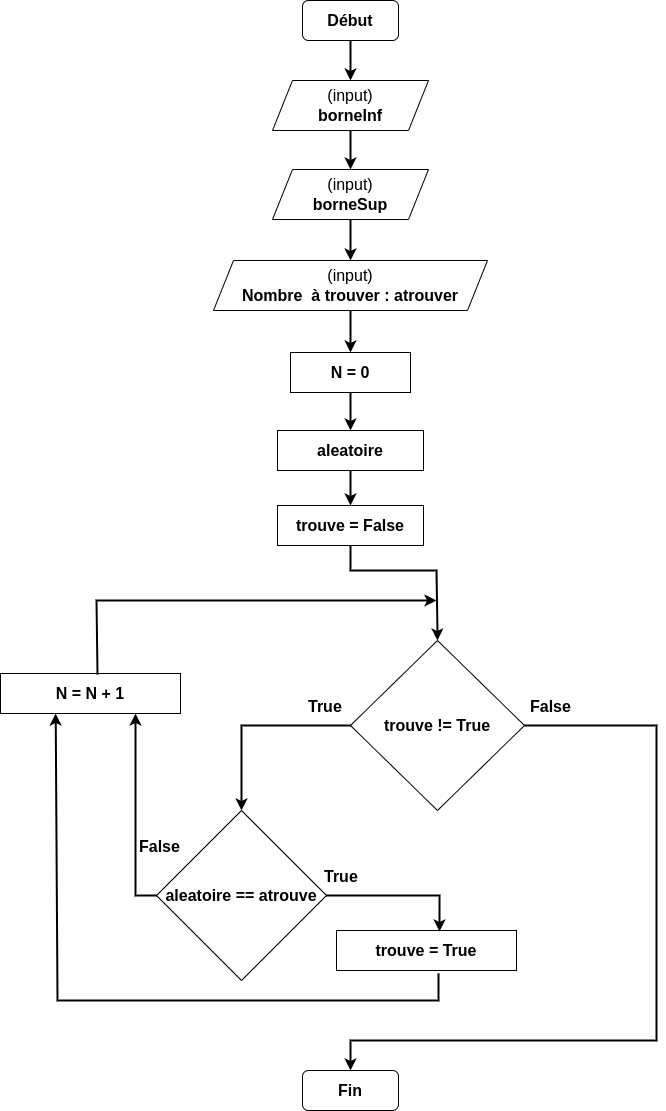
This is _images/RechercheAleatoireAvecRemise.png from vkeller/modulo-gybe, a draw.io export, as it was before one commit. Source tidied: cells renumbered, new cells last; positions are measured from the earlier drawing's top-left corner, leaving out a move shared by most shapes. The source it was exported from:
```xml
<mxGraphModel>
  <root>
    <mxCell id="0" />
    <mxCell id="1" parent="0" />
    <mxCell id="2" value="&lt;font style=&quot;font-size: 16px;&quot;&gt;&lt;b&gt;Début&lt;/b&gt;&lt;/font&gt;" style="rounded=1;whiteSpace=wrap;html=1;" parent="1" vertex="1">
      <mxGeometry x="302" width="96" height="40" as="geometry" />
    </mxCell>
    <mxCell id="3" value="(input)&lt;br&gt;&lt;b&gt;borneInf&lt;/b&gt;" style="shape=parallelogram;perimeter=parallelogramPerimeter;whiteSpace=wrap;html=1;fixedSize=1;fontSize=16;" parent="1" vertex="1">
      <mxGeometry x="272" y="80" width="156" height="50" as="geometry" />
    </mxCell>
    <mxCell id="4" value="(input)&lt;br&gt;&lt;b&gt;borneSup&lt;/b&gt;" style="shape=parallelogram;perimeter=parallelogramPerimeter;whiteSpace=wrap;html=1;fixedSize=1;fontSize=16;" parent="1" vertex="1">
      <mxGeometry x="272" y="169" width="156" height="50" as="geometry" />
    </mxCell>
    <mxCell id="5" value="(input)&lt;br&gt;&lt;b&gt;Nombre&amp;nbsp; à trouver : atrouver&lt;/b&gt;" style="shape=parallelogram;perimeter=parallelogramPerimeter;whiteSpace=wrap;html=1;fixedSize=1;fontSize=16;" parent="1" vertex="1">
      <mxGeometry x="213" y="260" width="274" height="50" as="geometry" />
    </mxCell>
    <mxCell id="6" value="&lt;b&gt;N = 0&lt;/b&gt;" style="rounded=0;whiteSpace=wrap;html=1;fontSize=16;" parent="1" vertex="1">
      <mxGeometry x="290" y="352" width="120" height="40" as="geometry" />
    </mxCell>
    <mxCell id="7" value="&lt;b&gt;aleatoire&lt;/b&gt;" style="rounded=0;whiteSpace=wrap;html=1;fontSize=16;" parent="1" vertex="1">
      <mxGeometry x="277" y="430" width="146" height="40" as="geometry" />
    </mxCell>
    <mxCell id="8" style="endArrow=classic;html=1;rounded=0;fontSize=16;exitX=0.5;exitY=1;exitDx=0;exitDy=0;entryX=0.5;entryY=0;entryDx=0;entryDy=0;strokeWidth=2;" parent="1" edge="1" source="2" target="3">
      <mxGeometry relative="1" as="geometry" />
    </mxCell>
    <mxCell id="9" style="endArrow=classic;html=1;rounded=0;strokeWidth=2;fontSize=16;exitX=0.5;exitY=1;exitDx=0;exitDy=0;entryX=0.5;entryY=0;entryDx=0;entryDy=0;" parent="1" edge="1" source="3" target="4">
      <mxGeometry relative="1" as="geometry" />
    </mxCell>
    <mxCell id="10" style="endArrow=classic;html=1;rounded=0;strokeWidth=2;fontSize=16;exitX=0.5;exitY=1;exitDx=0;exitDy=0;entryX=0.5;entryY=0;entryDx=0;entryDy=0;" parent="1" edge="1" source="4" target="5">
      <mxGeometry relative="1" as="geometry" />
    </mxCell>
    <mxCell id="11" style="endArrow=classic;html=1;rounded=0;strokeWidth=2;fontSize=16;exitX=0.5;exitY=1;exitDx=0;exitDy=0;entryX=0.5;entryY=0;entryDx=0;entryDy=0;" parent="1" edge="1" source="5" target="6">
      <mxGeometry relative="1" as="geometry" />
    </mxCell>
    <mxCell id="12" style="endArrow=classic;html=1;rounded=0;strokeWidth=2;fontSize=16;exitX=0.5;exitY=1;exitDx=0;exitDy=0;" parent="1" edge="1" source="6" target="7">
      <mxGeometry relative="1" as="geometry" />
    </mxCell>
    <mxCell id="13" value="&lt;b&gt;trouve = False&lt;/b&gt;" style="rounded=0;whiteSpace=wrap;html=1;fontSize=16;" parent="1" vertex="1">
      <mxGeometry x="277" y="505" width="146" height="40" as="geometry" />
    </mxCell>
    <mxCell id="14" style="endArrow=classic;html=1;rounded=0;strokeWidth=2;fontSize=16;exitX=0.5;exitY=1;exitDx=0;exitDy=0;entryX=0.5;entryY=0;entryDx=0;entryDy=0;" parent="1" edge="1" source="7" target="13">
      <mxGeometry relative="1" as="geometry" />
    </mxCell>
    <mxCell id="15" value="&lt;b&gt;trouve != True&lt;/b&gt;" style="rhombus;whiteSpace=wrap;html=1;fontSize=16;" parent="1" vertex="1">
      <mxGeometry x="350" y="640" width="174" height="170" as="geometry" />
    </mxCell>
    <mxCell id="16" value="&lt;b&gt;aleatoire == atrouve&lt;/b&gt;" style="rhombus;whiteSpace=wrap;html=1;fontSize=16;" parent="1" vertex="1">
      <mxGeometry x="156" y="810" width="170" height="170" as="geometry" />
    </mxCell>
    <mxCell id="17" value="&lt;b&gt;N = N + 1&lt;/b&gt;" style="rounded=0;whiteSpace=wrap;html=1;fontSize=16;" parent="1" vertex="1">
      <mxGeometry y="673" width="180" height="40" as="geometry" />
    </mxCell>
    <mxCell id="18" value="&lt;font style=&quot;font-size: 16px;&quot;&gt;&lt;b&gt;Fin&lt;/b&gt;&lt;/font&gt;" style="rounded=1;whiteSpace=wrap;html=1;" parent="1" vertex="1">
      <mxGeometry x="302" y="1070" width="96" height="40" as="geometry" />
    </mxCell>
    <mxCell id="19" value="&lt;b&gt;trouve = True&lt;/b&gt;" style="rounded=0;whiteSpace=wrap;html=1;fontSize=16;" parent="1" vertex="1">
      <mxGeometry x="336" y="930" width="180" height="40" as="geometry" />
    </mxCell>
    <mxCell id="20" style="endArrow=classic;html=1;rounded=0;strokeWidth=2;fontSize=16;exitX=0.5;exitY=1;exitDx=0;exitDy=0;entryX=0.5;entryY=0;entryDx=0;entryDy=0;" parent="1" edge="1" source="13" target="15">
      <mxGeometry relative="1" as="geometry">
        <Array as="points">
          <mxPoint x="350" y="570" />
          <mxPoint x="436" y="570" />
        </Array>
      </mxGeometry>
    </mxCell>
    <mxCell id="21" style="endArrow=classic;html=1;rounded=0;strokeWidth=2;fontSize=16;exitX=0.539;exitY=0.025;exitDx=0;exitDy=0;exitPerimeter=0;" parent="1" edge="1" source="17">
      <mxGeometry relative="1" as="geometry">
        <mxPoint x="436" y="600" as="targetPoint" />
        <Array as="points">
          <mxPoint x="96" y="600" />
        </Array>
      </mxGeometry>
    </mxCell>
    <mxCell id="22" style="endArrow=classic;html=1;rounded=0;strokeWidth=2;fontSize=16;exitX=0;exitY=0.5;exitDx=0;exitDy=0;entryX=0.5;entryY=0;entryDx=0;entryDy=0;" parent="1" edge="1" source="15" target="16">
      <mxGeometry relative="1" as="geometry">
        <Array as="points">
          <mxPoint x="241" y="725" />
        </Array>
      </mxGeometry>
    </mxCell>
    <mxCell id="23" style="endArrow=classic;html=1;rounded=0;strokeWidth=2;fontSize=16;exitX=1;exitY=0.5;exitDx=0;exitDy=0;entryX=0.5;entryY=0;entryDx=0;entryDy=0;" parent="1" edge="1" source="15" target="18">
      <mxGeometry relative="1" as="geometry">
        <Array as="points">
          <mxPoint x="656" y="725" />
          <mxPoint x="656" y="1040" />
          <mxPoint x="350" y="1040" />
        </Array>
      </mxGeometry>
    </mxCell>
    <mxCell id="24" style="endArrow=classic;html=1;rounded=0;strokeWidth=2;fontSize=16;exitX=0;exitY=0.5;exitDx=0;exitDy=0;entryX=0.75;entryY=1;entryDx=0;entryDy=0;" parent="1" edge="1" source="16" target="17">
      <mxGeometry relative="1" as="geometry">
        <Array as="points">
          <mxPoint x="135" y="895" />
        </Array>
      </mxGeometry>
    </mxCell>
    <mxCell id="25" style="endArrow=classic;html=1;rounded=0;strokeWidth=2;fontSize=16;exitX=1;exitY=0.5;exitDx=0;exitDy=0;entryX=0.572;entryY=0.025;entryDx=0;entryDy=0;entryPerimeter=0;" parent="1" edge="1" source="16" target="19">
      <mxGeometry relative="1" as="geometry">
        <Array as="points">
          <mxPoint x="439" y="895" />
        </Array>
      </mxGeometry>
    </mxCell>
    <mxCell id="26" style="endArrow=classic;html=1;rounded=0;strokeWidth=2;fontSize=16;exitX=0.567;exitY=1.075;exitDx=0;exitDy=0;entryX=0.306;entryY=1;entryDx=0;entryDy=0;exitPerimeter=0;entryPerimeter=0;" parent="1" edge="1" source="19" target="17">
      <mxGeometry relative="1" as="geometry">
        <Array as="points">
          <mxPoint x="438" y="1000" />
          <mxPoint x="57" y="1000" />
        </Array>
      </mxGeometry>
    </mxCell>
    <mxCell id="27" value="False" style="text;strokeColor=none;fillColor=none;align=left;verticalAlign=middle;spacingLeft=4;spacingRight=4;overflow=hidden;fontSize=16;fontStyle=1;" parent="1" vertex="1">
      <mxGeometry x="133" y="830" width="80" height="30" as="geometry" />
    </mxCell>
    <mxCell id="28" value="True" style="text;strokeColor=none;fillColor=none;align=left;verticalAlign=middle;spacingLeft=4;spacingRight=4;overflow=hidden;fontSize=16;fontStyle=1;" parent="1" vertex="1">
      <mxGeometry x="318" y="860" width="80" height="30" as="geometry" />
    </mxCell>
    <mxCell id="29" value="True" style="text;strokeColor=none;fillColor=none;align=left;verticalAlign=middle;spacingLeft=4;spacingRight=4;overflow=hidden;fontSize=16;fontStyle=1;" parent="1" vertex="1">
      <mxGeometry x="302" y="690" width="80" height="30" as="geometry" />
    </mxCell>
    <mxCell id="30" value="False" style="text;strokeColor=none;fillColor=none;align=left;verticalAlign=middle;spacingLeft=4;spacingRight=4;overflow=hidden;fontSize=16;fontStyle=1;" parent="1" vertex="1">
      <mxGeometry x="524" y="690" width="80" height="30" as="geometry" />
    </mxCell>
  </root>
</mxGraphModel>
```
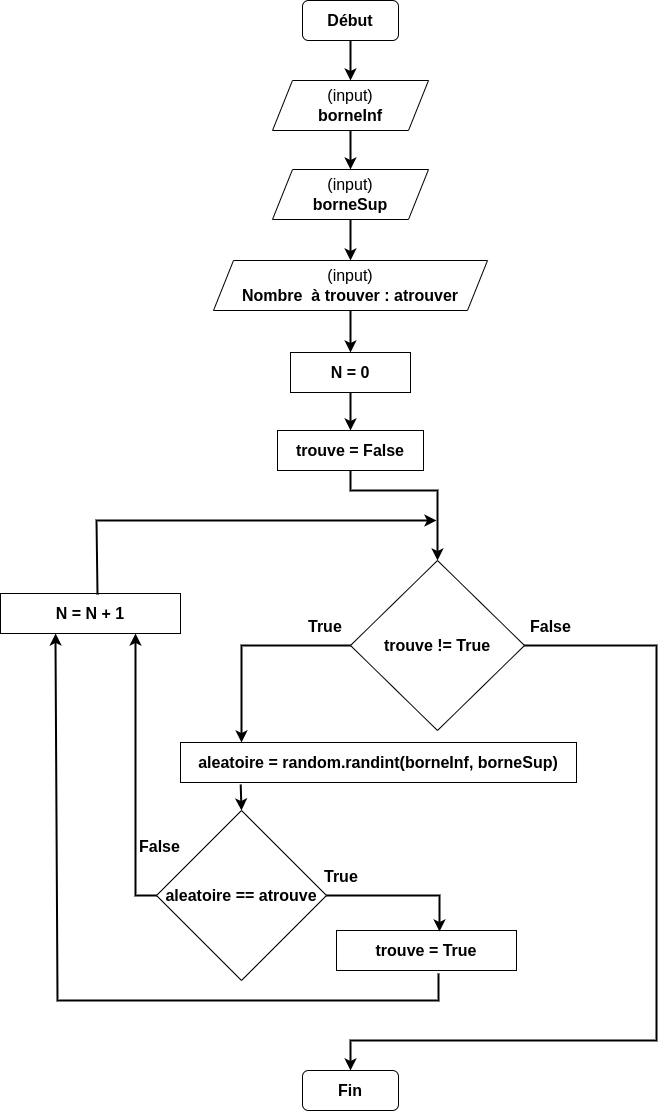
The same diagram one commit later.

The edit, as a diff of the source:
```diff
@@ -17,8 +17,8 @@
     <mxCell id="6" value="&lt;b&gt;N = 0&lt;/b&gt;" style="rounded=0;whiteSpace=wrap;html=1;fontSize=16;" parent="1" vertex="1">
       <mxGeometry x="290" y="352" width="120" height="40" as="geometry" />
     </mxCell>
-    <mxCell id="7" value="&lt;b&gt;aleatoire&lt;/b&gt;" style="rounded=0;whiteSpace=wrap;html=1;fontSize=16;" parent="1" vertex="1">
-      <mxGeometry x="277" y="430" width="146" height="40" as="geometry" />
+    <mxCell id="7" value="&lt;b&gt;aleatoire = random.randint(borneInf, borneSup)&lt;/b&gt;" style="rounded=0;whiteSpace=wrap;html=1;fontSize=16;" parent="1" vertex="1">
+      <mxGeometry x="180" y="742" width="396" height="40" as="geometry" />
     </mxCell>
     <mxCell id="8" style="endArrow=classic;html=1;rounded=0;fontSize=16;exitX=0.5;exitY=1;exitDx=0;exitDy=0;entryX=0.5;entryY=0;entryDx=0;entryDy=0;strokeWidth=2;" parent="1" edge="1" source="2" target="3">
       <mxGeometry relative="1" as="geometry" />
@@ -32,23 +32,17 @@
     <mxCell id="11" style="endArrow=classic;html=1;rounded=0;strokeWidth=2;fontSize=16;exitX=0.5;exitY=1;exitDx=0;exitDy=0;entryX=0.5;entryY=0;entryDx=0;entryDy=0;" parent="1" edge="1" source="5" target="6">
       <mxGeometry relative="1" as="geometry" />
     </mxCell>
-    <mxCell id="12" style="endArrow=classic;html=1;rounded=0;strokeWidth=2;fontSize=16;exitX=0.5;exitY=1;exitDx=0;exitDy=0;" parent="1" edge="1" source="6" target="7">
-      <mxGeometry relative="1" as="geometry" />
-    </mxCell>
     <mxCell id="13" value="&lt;b&gt;trouve = False&lt;/b&gt;" style="rounded=0;whiteSpace=wrap;html=1;fontSize=16;" parent="1" vertex="1">
-      <mxGeometry x="277" y="505" width="146" height="40" as="geometry" />
+      <mxGeometry x="277" y="430" width="146" height="40" as="geometry" />
     </mxCell>
-    <mxCell id="14" style="endArrow=classic;html=1;rounded=0;strokeWidth=2;fontSize=16;exitX=0.5;exitY=1;exitDx=0;exitDy=0;entryX=0.5;entryY=0;entryDx=0;entryDy=0;" parent="1" edge="1" source="7" target="13">
-      <mxGeometry relative="1" as="geometry" />
-    </mxCell>
     <mxCell id="15" value="&lt;b&gt;trouve != True&lt;/b&gt;" style="rhombus;whiteSpace=wrap;html=1;fontSize=16;" parent="1" vertex="1">
-      <mxGeometry x="350" y="640" width="174" height="170" as="geometry" />
+      <mxGeometry x="350" y="560" width="174" height="170" as="geometry" />
     </mxCell>
     <mxCell id="16" value="&lt;b&gt;aleatoire == atrouve&lt;/b&gt;" style="rhombus;whiteSpace=wrap;html=1;fontSize=16;" parent="1" vertex="1">
       <mxGeometry x="156" y="810" width="170" height="170" as="geometry" />
     </mxCell>
     <mxCell id="17" value="&lt;b&gt;N = N + 1&lt;/b&gt;" style="rounded=0;whiteSpace=wrap;html=1;fontSize=16;" parent="1" vertex="1">
-      <mxGeometry y="673" width="180" height="40" as="geometry" />
+      <mxGeometry y="593" width="180" height="40" as="geometry" />
     </mxCell>
     <mxCell id="18" value="&lt;font style=&quot;font-size: 16px;&quot;&gt;&lt;b&gt;Fin&lt;/b&gt;&lt;/font&gt;" style="rounded=1;whiteSpace=wrap;html=1;" parent="1" vertex="1">
       <mxGeometry x="302" y="1070" width="96" height="40" as="geometry" />
@@ -56,33 +50,25 @@
     <mxCell id="19" value="&lt;b&gt;trouve = True&lt;/b&gt;" style="rounded=0;whiteSpace=wrap;html=1;fontSize=16;" parent="1" vertex="1">
       <mxGeometry x="336" y="930" width="180" height="40" as="geometry" />
     </mxCell>
-    <mxCell id="20" style="endArrow=classic;html=1;rounded=0;strokeWidth=2;fontSize=16;exitX=0.5;exitY=1;exitDx=0;exitDy=0;entryX=0.5;entryY=0;entryDx=0;entryDy=0;" parent="1" edge="1" source="13" target="15">
-      <mxGeometry relative="1" as="geometry">
-        <Array as="points">
-          <mxPoint x="350" y="570" />
-          <mxPoint x="436" y="570" />
-        </Array>
-      </mxGeometry>
-    </mxCell>
     <mxCell id="21" style="endArrow=classic;html=1;rounded=0;strokeWidth=2;fontSize=16;exitX=0.539;exitY=0.025;exitDx=0;exitDy=0;exitPerimeter=0;" parent="1" edge="1" source="17">
       <mxGeometry relative="1" as="geometry">
-        <mxPoint x="436" y="600" as="targetPoint" />
+        <mxPoint x="436" y="520" as="targetPoint" />
         <Array as="points">
-          <mxPoint x="96" y="600" />
+          <mxPoint x="96" y="520" />
         </Array>
       </mxGeometry>
     </mxCell>
-    <mxCell id="22" style="endArrow=classic;html=1;rounded=0;strokeWidth=2;fontSize=16;exitX=0;exitY=0.5;exitDx=0;exitDy=0;entryX=0.5;entryY=0;entryDx=0;entryDy=0;" parent="1" edge="1" source="15" target="16">
+    <mxCell id="22" style="endArrow=classic;html=1;rounded=0;strokeWidth=2;fontSize=16;exitX=0;exitY=0.5;exitDx=0;exitDy=0;entryX=0.154;entryY=0;entryDx=0;entryDy=0;entryPerimeter=0;" parent="1" edge="1" source="15" target="7">
       <mxGeometry relative="1" as="geometry">
         <Array as="points">
-          <mxPoint x="241" y="725" />
+          <mxPoint x="241" y="645" />
         </Array>
       </mxGeometry>
     </mxCell>
     <mxCell id="23" style="endArrow=classic;html=1;rounded=0;strokeWidth=2;fontSize=16;exitX=1;exitY=0.5;exitDx=0;exitDy=0;entryX=0.5;entryY=0;entryDx=0;entryDy=0;" parent="1" edge="1" source="15" target="18">
       <mxGeometry relative="1" as="geometry">
         <Array as="points">
-          <mxPoint x="656" y="725" />
+          <mxPoint x="656" y="645" />
           <mxPoint x="656" y="1040" />
           <mxPoint x="350" y="1040" />
         </Array>
@@ -117,10 +103,24 @@
       <mxGeometry x="318" y="860" width="80" height="30" as="geometry" />
     </mxCell>
     <mxCell id="29" value="True" style="text;strokeColor=none;fillColor=none;align=left;verticalAlign=middle;spacingLeft=4;spacingRight=4;overflow=hidden;fontSize=16;fontStyle=1;" parent="1" vertex="1">
-      <mxGeometry x="302" y="690" width="80" height="30" as="geometry" />
+      <mxGeometry x="302" y="610" width="80" height="30" as="geometry" />
     </mxCell>
     <mxCell id="30" value="False" style="text;strokeColor=none;fillColor=none;align=left;verticalAlign=middle;spacingLeft=4;spacingRight=4;overflow=hidden;fontSize=16;fontStyle=1;" parent="1" vertex="1">
-      <mxGeometry x="524" y="690" width="80" height="30" as="geometry" />
+      <mxGeometry x="524" y="610" width="80" height="30" as="geometry" />
     </mxCell>
+    <mxCell id="31" style="endArrow=classic;html=1;rounded=0;strokeWidth=2;fontSize=16;exitX=0.5;exitY=1;exitDx=0;exitDy=0;entryX=0.5;entryY=0;entryDx=0;entryDy=0;" parent="1" edge="1" source="6" target="13">
+      <mxGeometry relative="1" as="geometry" />
+    </mxCell>
+    <mxCell id="20" style="endArrow=classic;html=1;rounded=0;strokeWidth=2;fontSize=16;exitX=0.5;exitY=1;exitDx=0;exitDy=0;entryX=0.5;entryY=0;entryDx=0;entryDy=0;" parent="1" edge="1" source="13" target="15">
+      <mxGeometry relative="1" as="geometry">
+        <Array as="points">
+          <mxPoint x="350" y="490" />
+          <mxPoint x="437" y="490" />
+        </Array>
+      </mxGeometry>
+    </mxCell>
+    <mxCell id="32" style="endArrow=classic;html=1;rounded=0;strokeWidth=2;fontSize=16;exitX=0.152;exitY=1.05;exitDx=0;exitDy=0;entryX=0.5;entryY=0;entryDx=0;entryDy=0;exitPerimeter=0;" parent="1" edge="1" source="7" target="16">
+      <mxGeometry relative="1" as="geometry" />
+    </mxCell>
   </root>
 </mxGraphModel>
```
